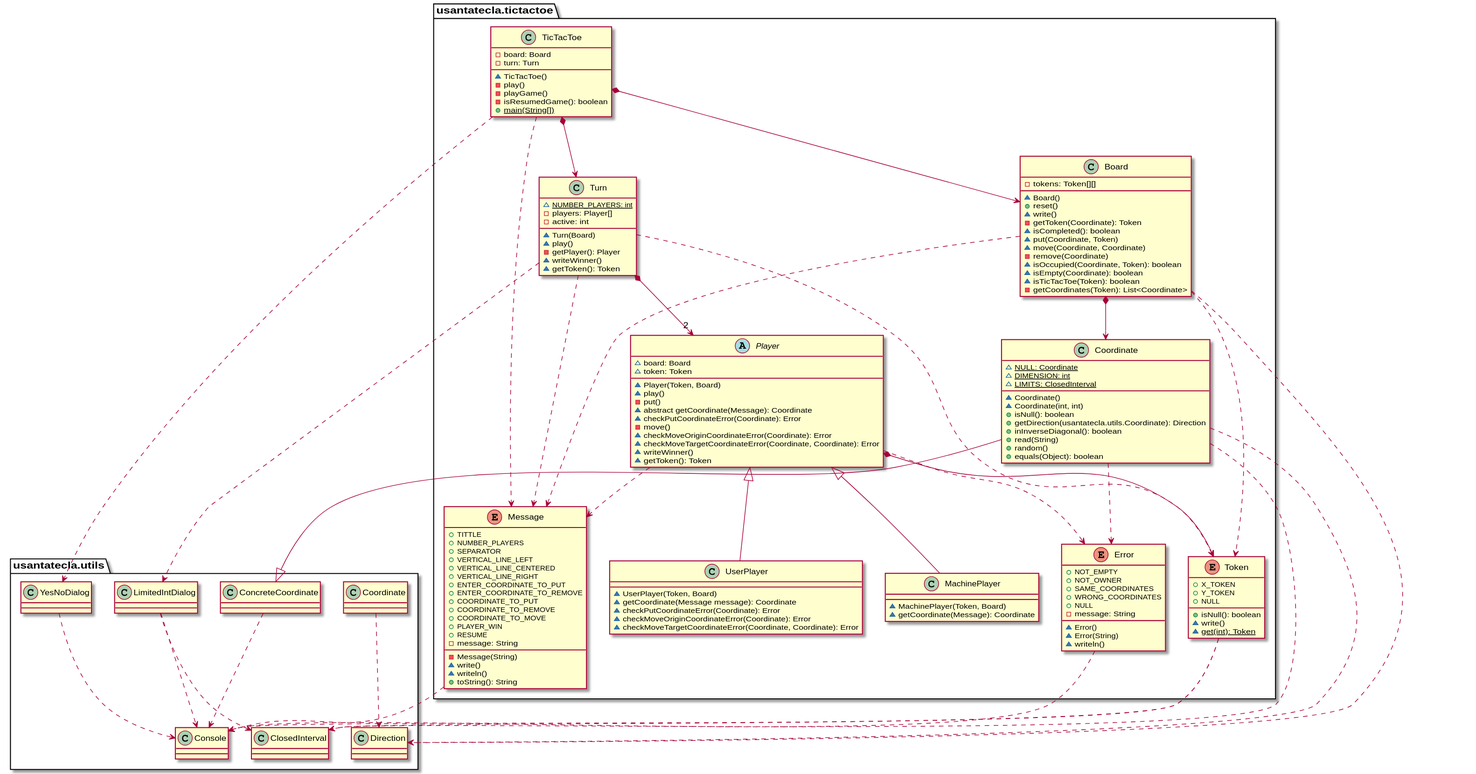
Earlier version of the PlantUML export domainModel/docs/diagrams/out/paquetes/tictactoe.svg (Jolucaa/USantaTecla-project-ticTacToe).
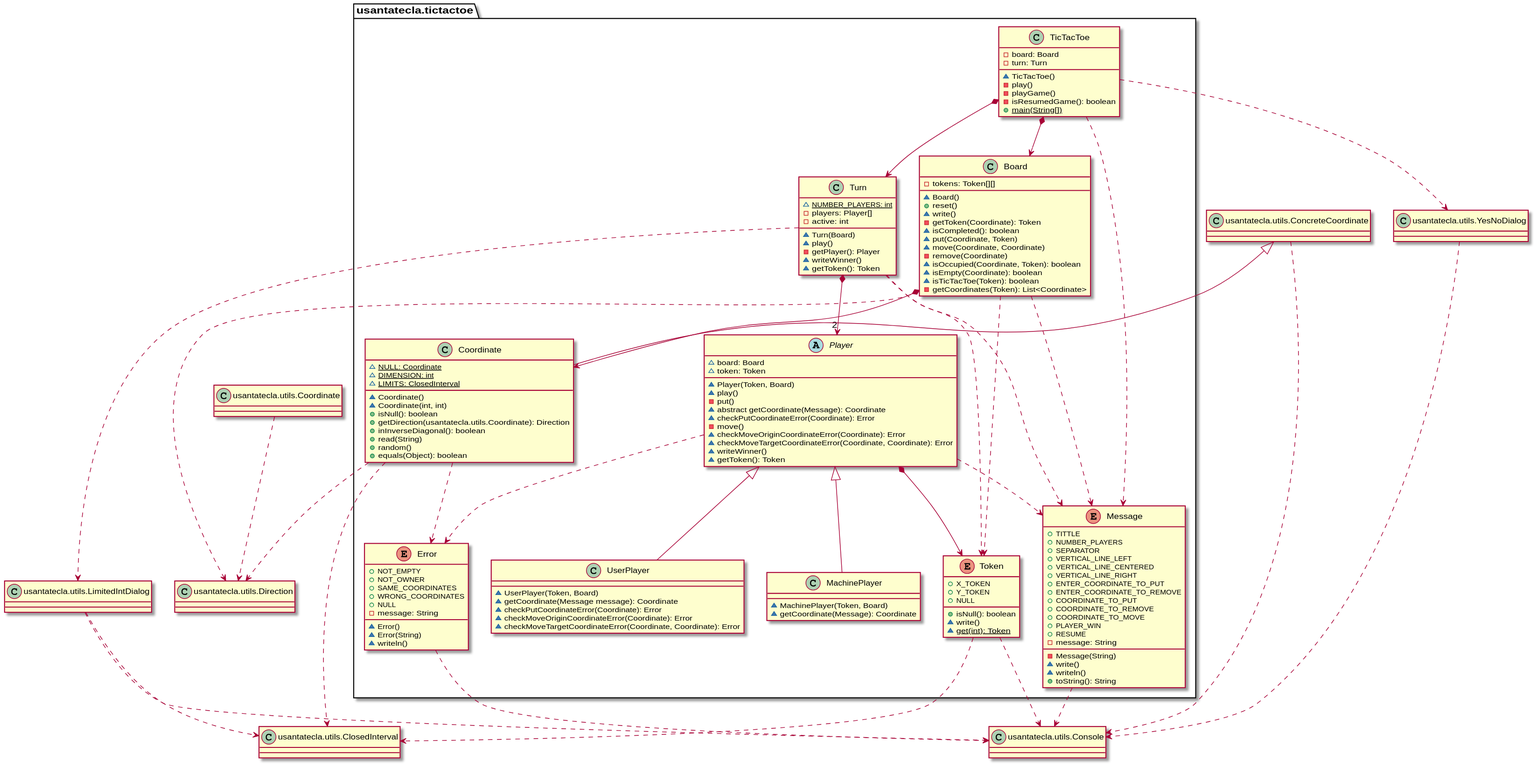
After the change.

Commit message:
Some changes in domainModel diagrams

The edit, as a diff of the source:
```diff
@@ -141,25 +141,53 @@
 
 }
 
-usantatecla.utils.ConcreteCoordinate <|-down- usantatecla.tictactoe.Coordinate
+class ConcreteCoordinate as "usantatecla.utils.ConcreteCoordinate"{
 
-usantatecla.tictactoe.Coordinate .down.> usantatecla.utils.ClosedInterval
-usantatecla.tictactoe.Token .down.> usantatecla.utils.ClosedInterval
-usantatecla.utils.LimitedIntDialog .down.> usantatecla.utils.ClosedInterval
+}
+
+class ClosedInterval as "usantatecla.utils.ClosedInterval"{
+
+}
+
+class Console as "usantatecla.utils.Console"{
+
+}
+
+class LimitedIntDialog as "usantatecla.utils.LimitedIntDialog"{
+
+}
+
+class YesNoDialog as "usantatecla.utils.YesNoDialog"{
+
+}
+
+class Direction as "usantatecla.utils.Direction"{
+
+}
+
+class Coordinate as "usantatecla.utils.Coordinate"{
+
+}
+
+ConcreteCoordinate <|-down- usantatecla.tictactoe.Coordinate
+
+usantatecla.tictactoe.Coordinate .down.> ClosedInterval
+usantatecla.tictactoe.Token .down.> ClosedInterval
+LimitedIntDialog .down.> ClosedInterval
 
 
-usantatecla.tictactoe.Error .down.> usantatecla.utils.Console
-usantatecla.tictactoe.Message .down.> usantatecla.utils.Console
-usantatecla.tictactoe.Token .down.> usantatecla.utils.Console
-usantatecla.utils.ConcreteCoordinate .down.> usantatecla.utils.Console
-usantatecla.utils.LimitedIntDialog .down.> usantatecla.utils.Console
-usantatecla.utils.YesNoDialog .down.> usantatecla.utils.Console
+usantatecla.tictactoe.Error .down.> Console
+usantatecla.tictactoe.Message .down.> Console
+usantatecla.tictactoe.Token .down.> Console
+ConcreteCoordinate .down.> Console
+LimitedIntDialog .down.> Console
+YesNoDialog .down.> Console
 
 
-usantatecla.tictactoe.Turn .down.> usantatecla.utils.LimitedIntDialog
-usantatecla.tictactoe.TicTacToe .down.> usantatecla.utils.YesNoDialog
+usantatecla.tictactoe.Turn .down.> LimitedIntDialog
+usantatecla.tictactoe.TicTacToe .down.> YesNoDialog
 
-usantatecla.tictactoe.Board .down.> usantatecla.utils.Direction
-usantatecla.tictactoe.Coordinate .down.> usantatecla.utils.Direction
-usantatecla.utils.Coordinate .down.> usantatecla.utils.Direction
+usantatecla.tictactoe.Board .down.> Direction
+usantatecla.tictactoe.Coordinate .down.> Direction
+Coordinate .down.> Direction
 @enduml
```
